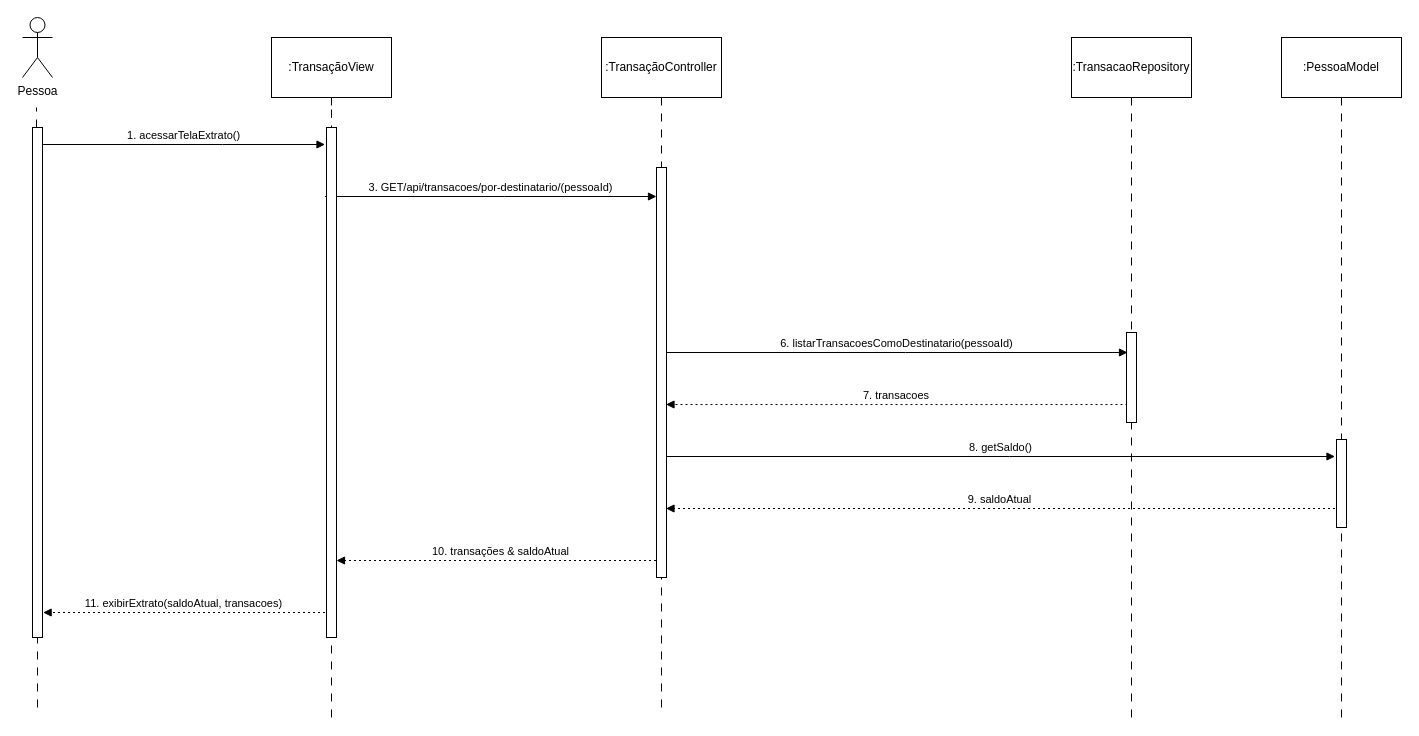
pedrolucas444/laboratorio-3 keeps this draw.io diagram as projeto/drawio/diagrama de sequencia consulta de extrato.drawio. Above is the earlier version. Source tidied: cells renumbered, new cells numbered last; positions are measured from the earlier drawing's top-left corner, leaving out a move shared by most shapes. Both pictures are drawn from the tidied source at 100%, with x=0, y=0 at pixel (22, 17).
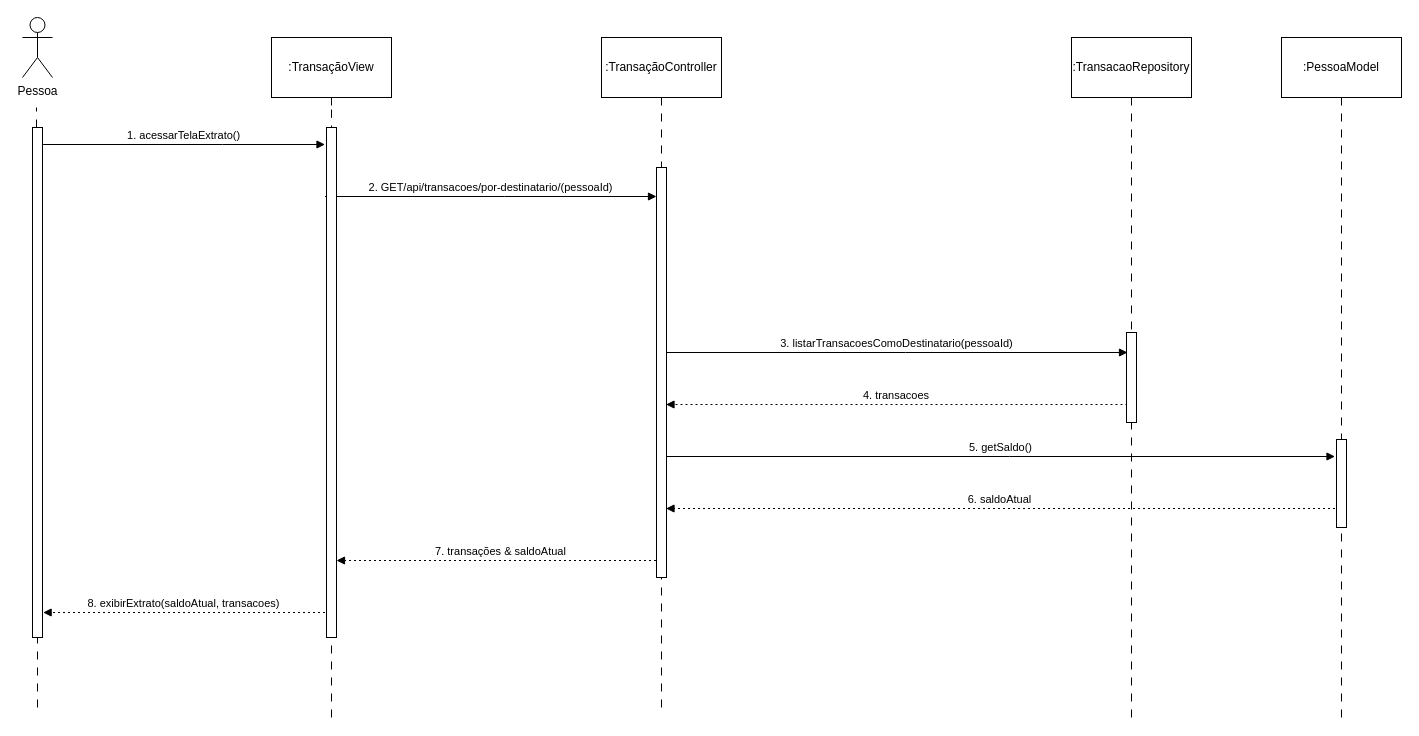
The same diagram, later.

The change refers to these unchanged cells:
```xml
<mxCell id="14" style="rounded=0;whiteSpace=wrap;html=1;" parent="1" vertex="1">
  <mxGeometry x="304" y="110" width="10" height="510" as="geometry" />
</mxCell>
<mxCell id="18" style="rounded=0;whiteSpace=wrap;html=1;" parent="1" vertex="1">
  <mxGeometry x="634" y="150" width="10" height="410" as="geometry" />
</mxCell>
```

Change to the diagram source:
```diff
@@
-    <mxCell id="3" value="3. GET/api/transacoes/por-destinatario/(pessoaId)" style="verticalAlign=bottom;edgeStyle=elbowEdgeStyle;elbow=vertical;curved=0;rounded=0;endArrow=block;" parent="1" edge="1" target="18">
+    <mxCell id="3" value="2. GET/api/transacoes/por-destinatario/(pessoaId)" style="verticalAlign=bottom;edgeStyle=elbowEdgeStyle;elbow=vertical;curved=0;rounded=0;endArrow=block;" parent="1" edge="1" target="18">
       <mxGeometry relative="1" as="geometry">
         <mxPoint x="302.5" y="179" as="sourcePoint" />
         <Array as="points">
           <mxPoint x="482" y="179" />
         </Array>
       </mxGeometry>
     </mxCell>
-    <mxCell id="4" value="6. listarTransacoesComoDestinatario(pessoaId)" style="verticalAlign=bottom;edgeStyle=elbowEdgeStyle;elbow=vertical;curved=0;rounded=0;endArrow=block;" parent="1" edge="1">
+    <mxCell id="4" value="3. listarTransacoesComoDestinatario(pessoaId)" style="verticalAlign=bottom;edgeStyle=elbowEdgeStyle;elbow=vertical;curved=0;rounded=0;endArrow=block;" parent="1" edge="1">
       <mxGeometry relative="1" as="geometry">
         <mxPoint x="643.5" y="335" as="sourcePoint" />
         <mxPoint x="1105" y="335" as="targetPoint" />
         <Array as="points">
           <mxPoint x="883" y="335" />
         </Array>
       </mxGeometry>
     </mxCell>
-    <mxCell id="5" value="7. transacoes" style="verticalAlign=bottom;edgeStyle=elbowEdgeStyle;elbow=vertical;curved=0;rounded=0;dashed=1;dashPattern=2 3;endArrow=block;" parent="1" edge="1">
+    <mxCell id="5" value="4. transacoes" style="verticalAlign=bottom;edgeStyle=elbowEdgeStyle;elbow=vertical;curved=0;rounded=0;dashed=1;dashPattern=2 3;endArrow=block;" parent="1" edge="1">
       <mxGeometry relative="1" as="geometry">
         <mxPoint x="1105" y="387" as="sourcePoint" />
         <mxPoint x="643.5" y="387" as="targetPoint" />
         <Array as="points">
           <mxPoint x="886" y="387" />
         </Array>
       </mxGeometry>
     </mxCell>
-    <mxCell id="6" value="8. getSaldo()" style="verticalAlign=bottom;edgeStyle=elbowEdgeStyle;elbow=vertical;curved=0;rounded=0;endArrow=block;" parent="1" edge="1">
+    <mxCell id="6" value="5. getSaldo()" style="verticalAlign=bottom;edgeStyle=elbowEdgeStyle;elbow=vertical;curved=0;rounded=0;endArrow=block;" parent="1" edge="1">
       <mxGeometry relative="1" as="geometry">
         <mxPoint x="643.5" y="439" as="sourcePoint" />
         <mxPoint x="1312.5" y="439" as="targetPoint" />
         <Array as="points">
           <mxPoint x="987" y="439" />
         </Array>
       </mxGeometry>
     </mxCell>
-    <mxCell id="7" value="9. saldoAtual" style="verticalAlign=bottom;edgeStyle=elbowEdgeStyle;elbow=vertical;curved=0;rounded=0;dashed=1;dashPattern=2 3;endArrow=block;" parent="1" edge="1">
+    <mxCell id="7" value="6. saldoAtual" style="verticalAlign=bottom;edgeStyle=elbowEdgeStyle;elbow=vertical;curved=0;rounded=0;dashed=1;dashPattern=2 3;endArrow=block;" parent="1" edge="1">
       <mxGeometry relative="1" as="geometry">
         <mxPoint x="1312.5" y="491" as="sourcePoint" />
         <mxPoint x="643.5" y="491" as="targetPoint" />
         <Array as="points">
           <mxPoint x="990" y="491" />
         </Array>
       </mxGeometry>
     </mxCell>
-    <mxCell id="8" value="10. transações &amp; saldoAtual" style="verticalAlign=bottom;edgeStyle=elbowEdgeStyle;elbow=vertical;curved=0;rounded=0;dashed=1;dashPattern=2 3;endArrow=block;" parent="1" edge="1" target="14">
+    <mxCell id="8" value="7. transações &amp; saldoAtual" style="verticalAlign=bottom;edgeStyle=elbowEdgeStyle;elbow=horizontal;curved=0;rounded=0;dashed=1;dashPattern=2 3;endArrow=block;" parent="1" edge="1" target="14">
       <mxGeometry relative="1" as="geometry">
         <mxPoint x="643.5" y="543" as="sourcePoint" />
         <Array as="points">
           <mxPoint x="485" y="543" />
         </Array>
       </mxGeometry>
     </mxCell>
-    <mxCell id="9" value="11. exibirExtrato(saldoAtual, transacoes)" style="verticalAlign=bottom;edgeStyle=elbowEdgeStyle;elbow=vertical;curved=0;rounded=0;dashed=1;dashPattern=2 3;endArrow=block;" parent="1" edge="1">
+    <mxCell id="9" value="8. exibirExtrato(saldoAtual, transacoes)" style="verticalAlign=bottom;edgeStyle=elbowEdgeStyle;elbow=vertical;curved=0;rounded=0;dashed=1;dashPattern=2 3;endArrow=block;" parent="1" edge="1">
       <mxGeometry relative="1" as="geometry">
         <mxPoint x="302.5" y="595" as="sourcePoint" />
         <mxPoint x="20.6" y="595" as="targetPoint" />
         <Array as="points">
           <mxPoint x="203" y="595" />
         </Array>
       </mxGeometry>
     </mxCell>
```
